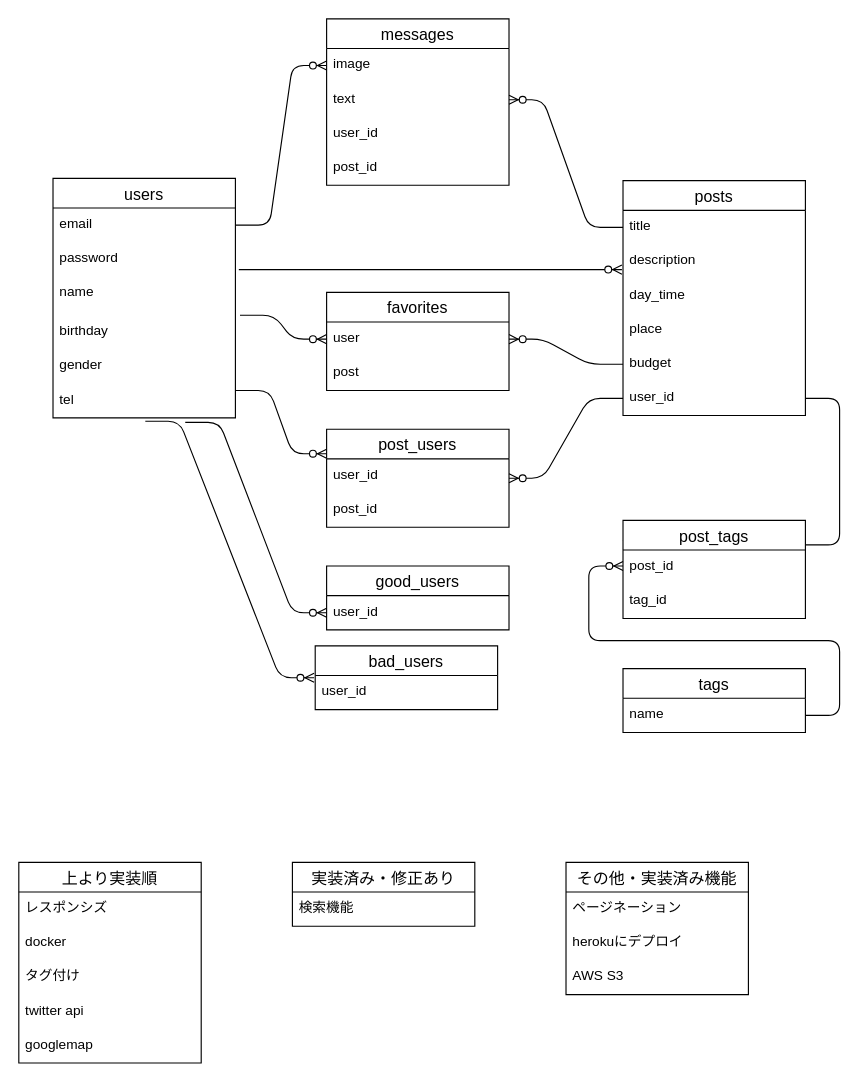
koyama1058/oriapp keeps this draw.io diagram as oriapp2.dio. Above is the earlier version. Source tidied: cells renumbered, new cells numbered last; positions are measured from the earlier drawing's top-left corner, leaving out a move shared by most shapes. Both pictures are drawn from the tidied source at 114%, with x=0, y=0 at pixel (18, 18).
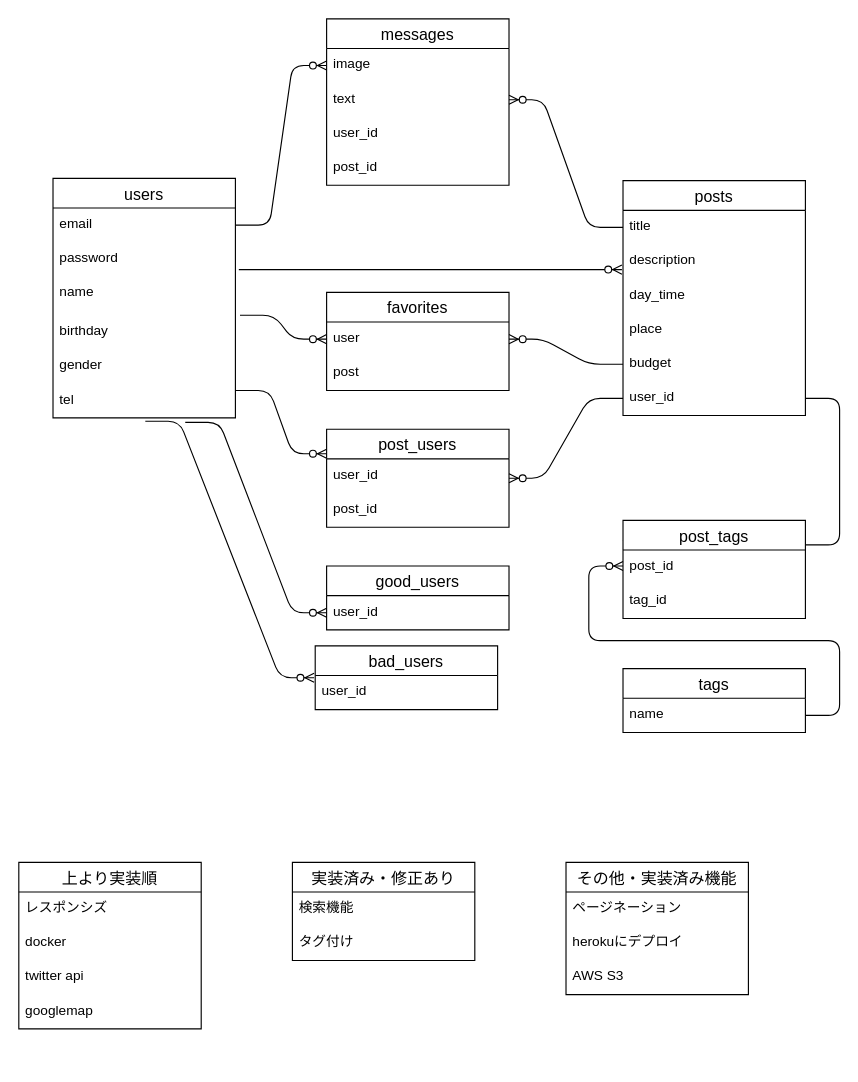
Above is the later version.

Change to the diagram source:
```diff
@@
     <mxCell id="33" value="上より実装順" style="swimlane;fontStyle=0;horizontal=1;startSize=26;align=center;fontSize=14;" parent="1" vertex="1">
-      <mxGeometry y="740" width="160" height="176" as="geometry" />
+      <mxGeometry y="740" width="160" height="146" as="geometry" />
     </mxCell>
@@
-    <mxCell id="36" value="タグ付け" style="text;strokeColor=none;fillColor=none;spacingLeft=4;spacingRight=4;overflow=hidden;fontSize=12;" parent="33" vertex="1">
-      <mxGeometry y="86" width="160" height="30" as="geometry" />
-    </mxCell>
     <mxCell id="37" value="twitter api" style="text;strokeColor=none;fillColor=none;spacingLeft=4;spacingRight=4;overflow=hidden;fontSize=12;" parent="33" vertex="1">
-      <mxGeometry y="116" width="160" height="30" as="geometry" />
+      <mxGeometry y="86" width="160" height="30" as="geometry" />
     </mxCell>
     <mxCell id="38" value="googlemap" style="text;strokeColor=none;fillColor=none;spacingLeft=4;spacingRight=4;overflow=hidden;fontSize=12;" parent="33" vertex="1">
-      <mxGeometry y="146" width="160" height="30" as="geometry" />
+      <mxGeometry y="116" width="160" height="30" as="geometry" />
     </mxCell>
     <mxCell id="39" value="実装済み・修正あり" style="swimlane;fontStyle=0;horizontal=1;startSize=26;align=center;fontSize=14;" parent="1" vertex="1">
-      <mxGeometry x="240" y="740" width="160" height="56" as="geometry" />
+      <mxGeometry x="240" y="740" width="160" height="86" as="geometry" />
     </mxCell>
@@
+    <mxCell id="36" value="タグ付け" style="text;strokeColor=none;fillColor=none;spacingLeft=4;spacingRight=4;overflow=hidden;fontSize=12;" parent="39" vertex="1">
+      <mxGeometry y="56" width="160" height="30" as="geometry" />
+    </mxCell>
```
